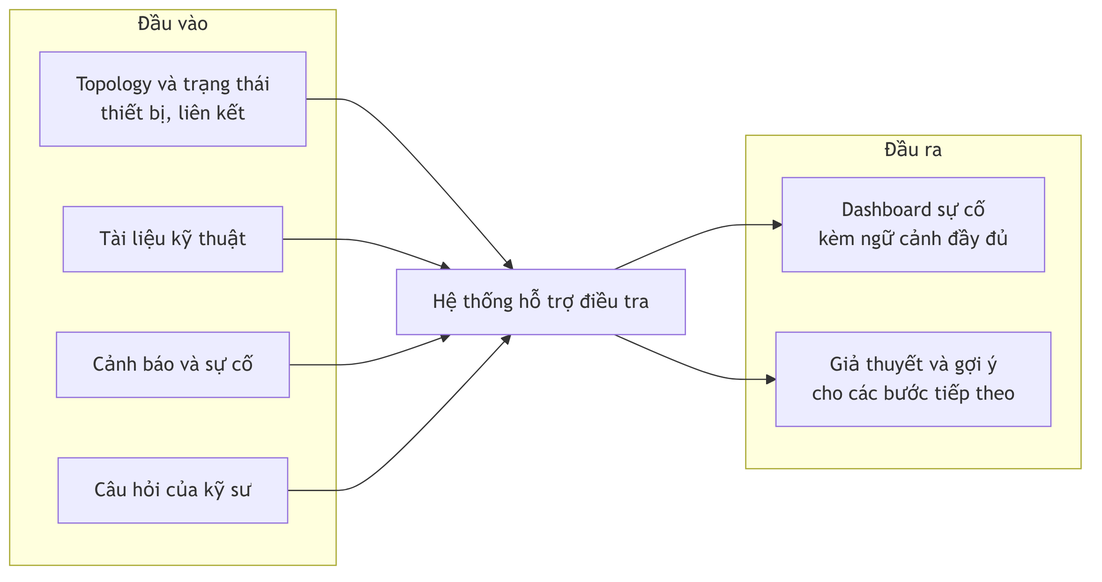
The Mermaid diagram docs/week03-problem-and-current-solutions/outputs/diagrams/diagram-04.png in RainAllDay-vn/graduation-project, before a commit. Its source is kept beside it as docs/week03-problem-and-current-solutions/outputs/diagrams/diagram-04.mmd. Source of this version:
```mermaid
flowchart LR
    subgraph SRC["Đầu vào"]
        TOPO["Topology và trạng thái<br/>thiết bị, liên kết"]
        DOC["Tài liệu kỹ thuật"]
        ALERT["Cảnh báo và sự cố"]
        ASK["Câu hỏi của kỹ sư"]
    end

    SYSTEM["Hệ thống hỗ trợ điều tra"]

    subgraph OUT["Đầu ra"]
        VIEW["Dashboard sự cố<br/> kèm ngữ cảnh đầy đủ"]
        HINT["Giả thuyết và gợi ý<br/> cho các bước tiếp theo"]
    end

    TOPO --> SYSTEM
    DOC --> SYSTEM
    ALERT --> SYSTEM
    ASK --> SYSTEM
    SYSTEM --> VIEW
    SYSTEM --> HINT

    classDef planned fill:#F8FAFC,stroke:#94A3B8,stroke-dasharray:4 3,color:#475569;
```
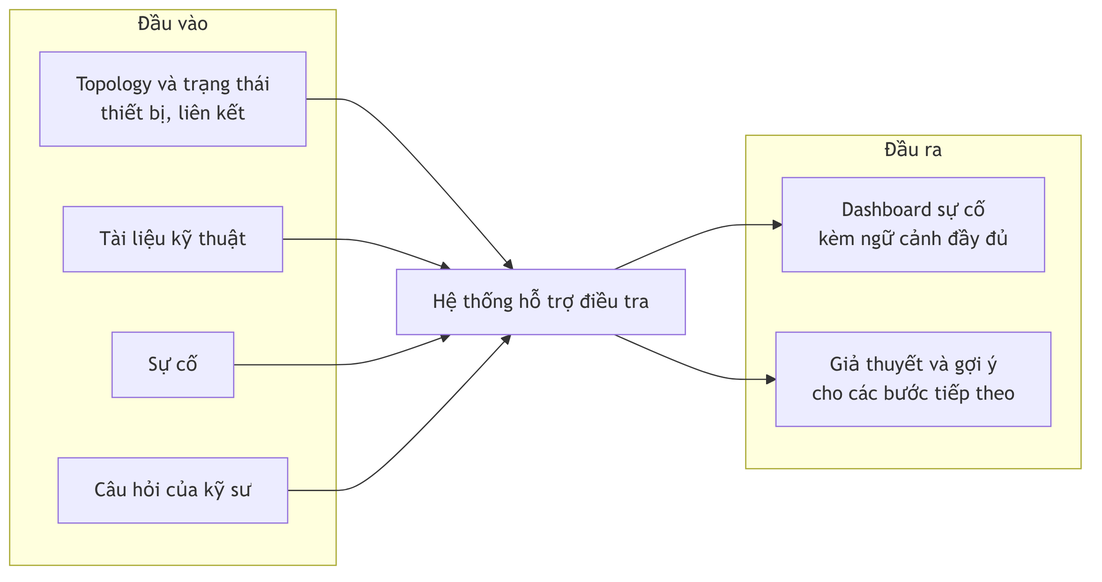
After the commit.

Diff of the diagram source:
```diff
@@ -2,7 +2,7 @@
     subgraph SRC["Đầu vào"]
         TOPO["Topology và trạng thái<br/>thiết bị, liên kết"]
         DOC["Tài liệu kỹ thuật"]
-        ALERT["Cảnh báo và sự cố"]
+        ALERT["Sự cố"]
         ASK["Câu hỏi của kỹ sư"]
     end
 
```
